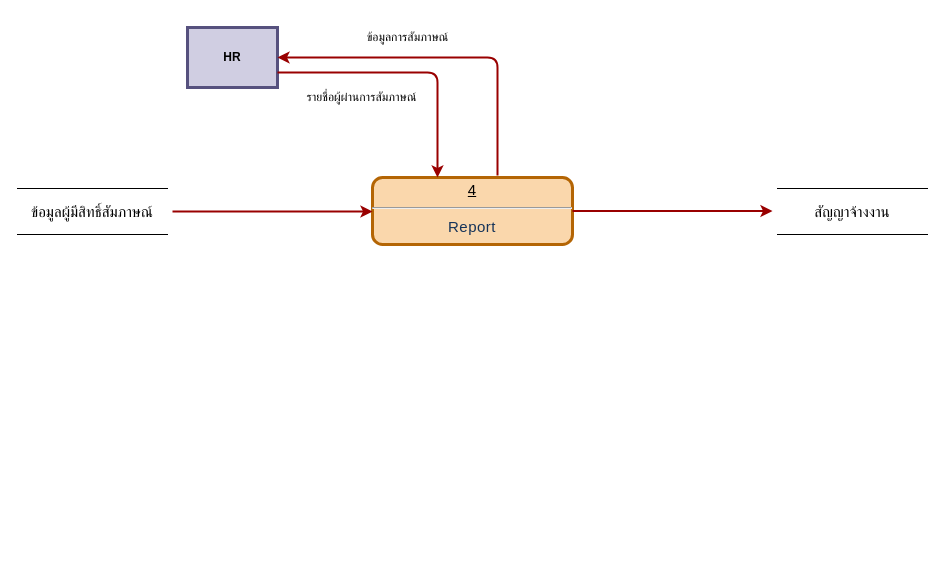
Above: page "DFD Fragments (4)" (5 of 5) of Untitled Diagram.drawio in frongjaz/project-compro-831 (draw.io), before the change. Source tidied: cells renumbered, new cells numbered last; positions are measured from the earlier drawing's top-left corner, leaving out a move shared by most shapes. Both pictures are drawn from the tidied source at 100%, with x=0, y=0 at pixel (17, -129).
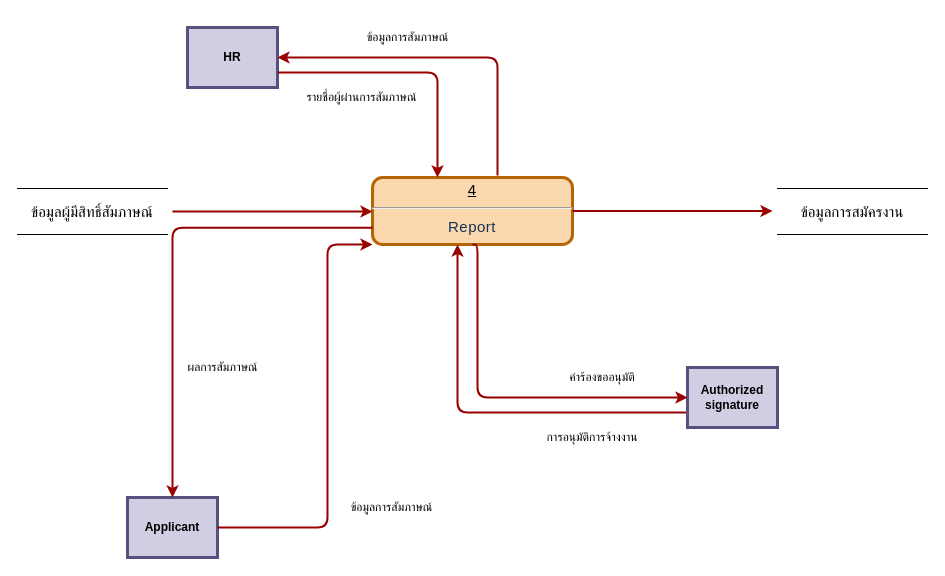
After the change.

The change refers to these unchanged cells:
```xml
<mxCell id="2" value="&lt;p style=&quot;margin: 4px 0px 0px; text-align: center; text-decoration: underline; font-size: 15px;&quot;&gt;&lt;span style=&quot;font-weight: 400;&quot;&gt;4&lt;/span&gt;&lt;/p&gt;&lt;hr style=&quot;font-size: 15px;&quot;&gt;&lt;h2 style=&quot;background: transparent; border: 0px; margin: 0px 0px 20px; outline: 0px; padding: 0px; vertical-align: baseline; line-height: normal;&quot;&gt;&lt;font face=&quot;Arial, sans-serif&quot; color=&quot;#153359&quot;&gt;&lt;span style=&quot;font-size: 15px; font-weight: 400; letter-spacing: 0.5px;&quot;&gt;Report&lt;/span&gt;&lt;/font&gt;&lt;/h2&gt;" style="verticalAlign=middle;align=center;overflow=fill;fontSize=12;fontFamily=Helvetica;html=1;rounded=1;fontStyle=1;strokeWidth=3;fillColor=#fad7ac;strokeColor=#b46504;" parent="1" vertex="1">
  <mxGeometry x="355" y="306" width="200" height="67" as="geometry" />
</mxCell>
```

Change to the diagram source:
```diff
@@
-    <mxCell id="10" value="สัญญาจ้างงาน" style="shape=partialRectangle;whiteSpace=wrap;html=1;left=0;right=0;fillColor=none;fontFamily=Helvetica;fontSize=15;" parent="1" vertex="1">
+    <mxCell id="10" value="ข้อมูลการสมัครงาน" style="shape=partialRectangle;whiteSpace=wrap;html=1;left=0;right=0;fillColor=none;fontFamily=Helvetica;fontSize=15;" parent="1" vertex="1">
       <mxGeometry x="760" y="317" width="150" height="46" as="geometry" />
     </mxCell>
@@
+    <mxCell id="12" style="edgeStyle=elbowEdgeStyle;elbow=horizontal;strokeColor=#990000;strokeWidth=2;exitX=0;exitY=0.75;exitDx=0;exitDy=0;" parent="1" edge="1" source="14" target="2">
+      <mxGeometry relative="1" as="geometry">
+        <Array as="points">
+          <mxPoint x="440" y="486" />
+        </Array>
+      </mxGeometry>
+    </mxCell>
+    <mxCell id="13" value="การอนุมัติการจ้างงาน" style="text;html=1;strokeColor=none;fillColor=none;align=center;verticalAlign=middle;whiteSpace=wrap;rounded=0;fontFamily=Helvetica;fontSize=12;" parent="1" vertex="1">
+      <mxGeometry x="520" y="546" width="110" height="40" as="geometry" />
+    </mxCell>
+    <mxCell id="14" value="Authorized signature" style="whiteSpace=wrap;align=center;verticalAlign=middle;fontStyle=1;strokeWidth=3;fillColor=#d0cee2;strokeColor=#56517e;" parent="1" vertex="1">
+      <mxGeometry x="670" y="496" width="90" height="60" as="geometry" />
+    </mxCell>
+    <mxCell id="15" style="edgeStyle=elbowEdgeStyle;elbow=horizontal;strokeColor=#990000;strokeWidth=2;exitX=0.5;exitY=1;exitDx=0;exitDy=0;entryX=0;entryY=0.5;entryDx=0;entryDy=0;" parent="1" edge="1" source="2" target="14">
+      <mxGeometry relative="1" as="geometry">
+        <Array as="points">
+          <mxPoint x="460" y="539" />
+        </Array>
+      </mxGeometry>
+    </mxCell>
+    <mxCell id="16" value="คำร้องขออนุมัติ" style="text;html=1;strokeColor=none;fillColor=none;align=center;verticalAlign=middle;whiteSpace=wrap;rounded=0;fontFamily=Helvetica;fontSize=12;" parent="1" vertex="1">
+      <mxGeometry x="540" y="486" width="90" height="40" as="geometry" />
+    </mxCell>
+    <mxCell id="17" value="Applicant" style="whiteSpace=wrap;align=center;verticalAlign=middle;fontStyle=1;strokeWidth=3;fillColor=#d0cee2;strokeColor=#56517e;" parent="1" vertex="1">
+      <mxGeometry x="110" y="626" width="90" height="60" as="geometry" />
+    </mxCell>
+    <mxCell id="18" style="edgeStyle=elbowEdgeStyle;elbow=horizontal;strokeColor=#990000;strokeWidth=2;exitX=1;exitY=0.5;exitDx=0;exitDy=0;entryX=0;entryY=1;entryDx=0;entryDy=0;" parent="1" edge="1" source="17" target="2">
+      <mxGeometry relative="1" as="geometry">
+        <Array as="points">
+          <mxPoint x="310" y="446" />
+          <mxPoint x="290" y="386" />
+          <mxPoint x="300" y="446" />
+          <mxPoint x="280" y="396" />
+          <mxPoint x="300" y="466" />
+        </Array>
+      </mxGeometry>
+    </mxCell>
+    <mxCell id="19" value="ข้อมูลการสัมภาษณ์" style="text;html=1;strokeColor=none;fillColor=none;align=center;verticalAlign=middle;whiteSpace=wrap;rounded=0;fontFamily=Helvetica;fontSize=12;" parent="1" vertex="1">
+      <mxGeometry x="310" y="616" width="129" height="40" as="geometry" />
+    </mxCell>
+    <mxCell id="20" style="edgeStyle=elbowEdgeStyle;elbow=horizontal;strokeColor=#990000;strokeWidth=2;exitX=0;exitY=0.75;exitDx=0;exitDy=0;entryX=0.5;entryY=0;entryDx=0;entryDy=0;" parent="1" edge="1" source="2" target="17">
+      <mxGeometry relative="1" as="geometry">
+        <Array as="points">
+          <mxPoint x="155" y="556" />
+          <mxPoint x="35" y="566" />
+          <mxPoint x="155" y="576" />
+          <mxPoint x="-25" y="596" />
+          <mxPoint x="-110" y="355" />
+          <mxPoint x="-100" y="415" />
+          <mxPoint x="-120" y="365" />
+          <mxPoint x="-100" y="435" />
+        </Array>
+      </mxGeometry>
+    </mxCell>
+    <mxCell id="21" value="ผลการสัมภาษณ์" style="text;html=1;strokeColor=none;fillColor=none;align=center;verticalAlign=middle;whiteSpace=wrap;rounded=0;fontFamily=Helvetica;fontSize=12;" parent="1" vertex="1">
+      <mxGeometry x="141" y="476" width="129" height="40" as="geometry" />
+    </mxCell>
```
